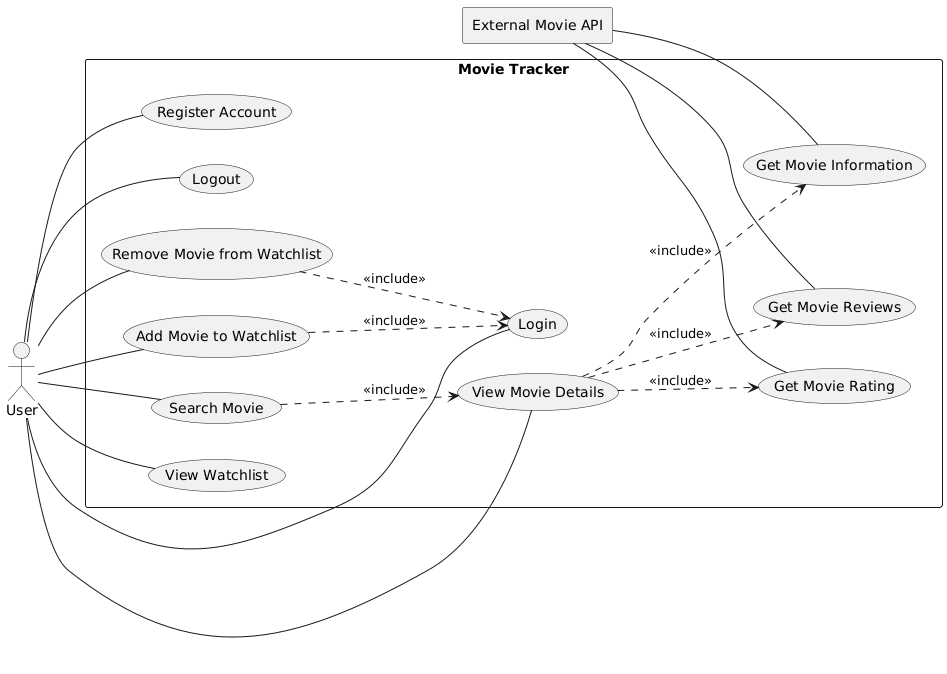
Before: docs/diagrams/use_case_diagrams.png, a diagram exported from PlantUML (DanielSchmerber/SQS26_MovieTracker).
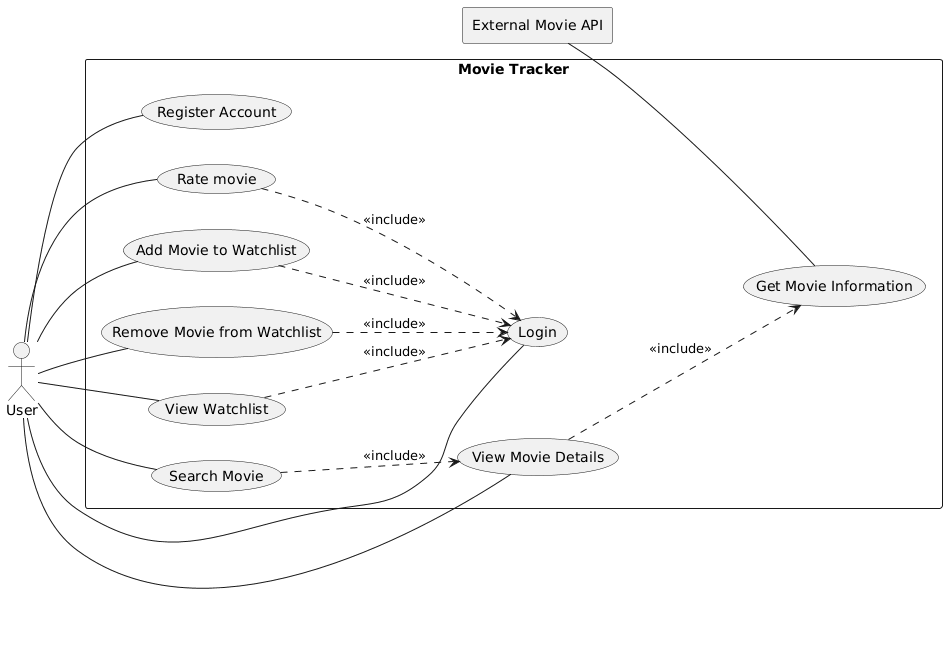
Above is the later version.

Commit message:
Diagram adjusted according requirements change

Diff of the diagram source:
```diff
@@ -7,7 +7,7 @@
 
     (Register Account)
     (Login)
-    (Logout)
+
 
     (Search Movie)
     (View Movie Details)
@@ -19,24 +19,22 @@
 
 
     (Get Movie Information)
-    (Get Movie Reviews)
-    (Get Movie Rating)
+
+    (Rate movie)
 
 }
 
 actor User
 
 API -- (Get Movie Information)
-API -- (Get Movie Reviews)
-API -- (Get Movie Rating)
+
 
 (View Movie Details) ..> (Get Movie Information) : <<include>>
-(View Movie Details) ..> (Get Movie Reviews) : <<include>>
-(View Movie Details) ..> (Get Movie Rating) : <<include>>
+
 
 User -- (Register Account)
 User -- (Login)
-User -- (Logout)
+
 
 User -- (Search Movie)
 User -- (View Movie Details)
@@ -44,6 +42,7 @@
 User -- (Add Movie to Watchlist)
 User -- (Remove Movie from Watchlist)
 User -- (View Watchlist)
+User -- (Rate movie)
 
 
 
@@ -51,4 +50,6 @@
 
 (Add Movie to Watchlist) ..> (Login) : <<include>>
 (Remove Movie from Watchlist) ..> (Login) : <<include>>
+(Rate movie) ..> (Login) : <<include>>
+(View Watchlist) ..> (Login) : <<include>>
 @enduml
```
